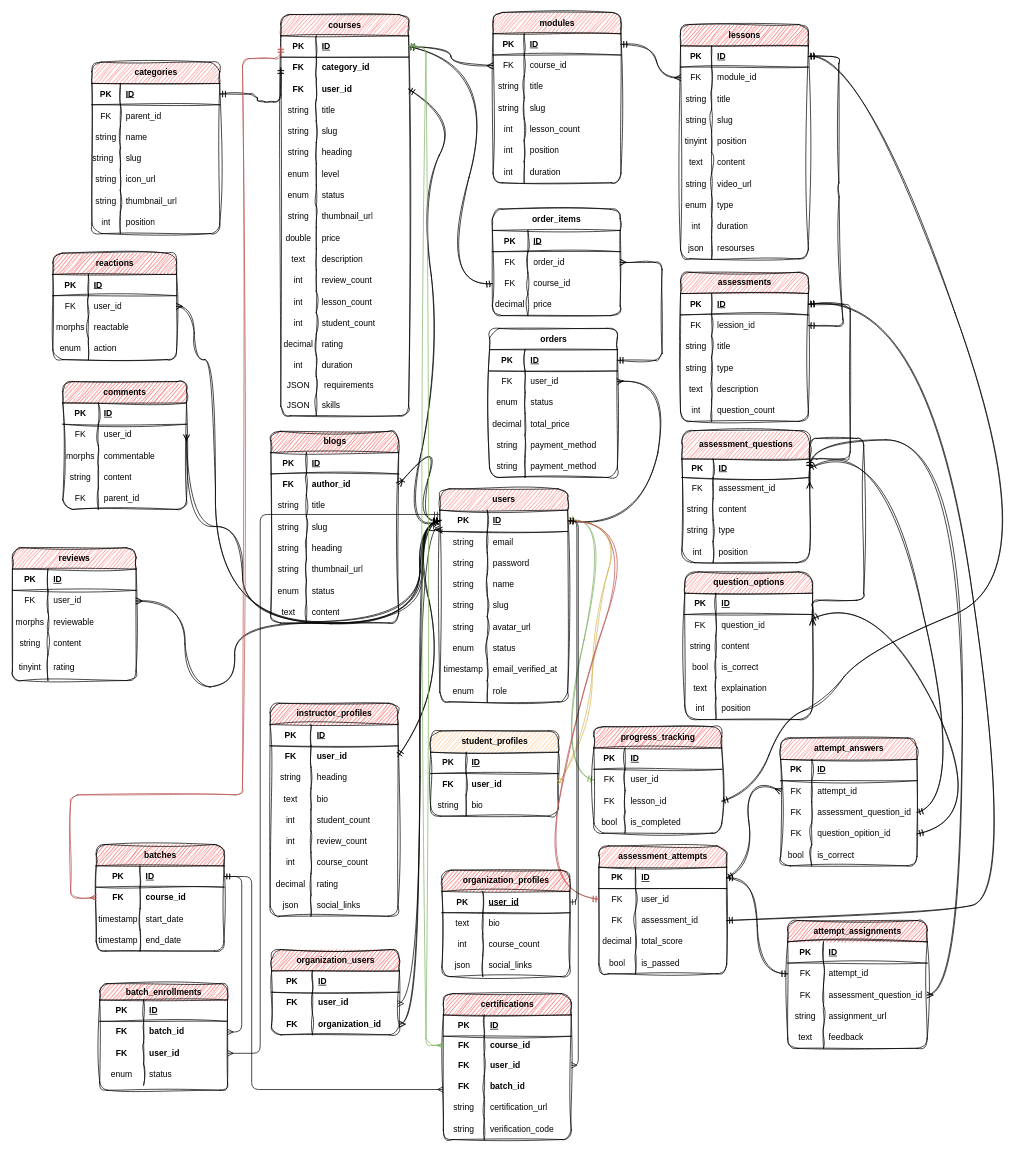
This is CodeZoneDatabase.drawio from BuiVanHuy001/CodeZone, a draw.io file, before an edit. Source tidied: cells renumbered, new cells numbered last; positions are measured from the earlier drawing's top-left corner, leaving out a move shared by most shapes. Both pictures are drawn from the tidied source at 71%, with x=0, y=0 at pixel (12, 12).
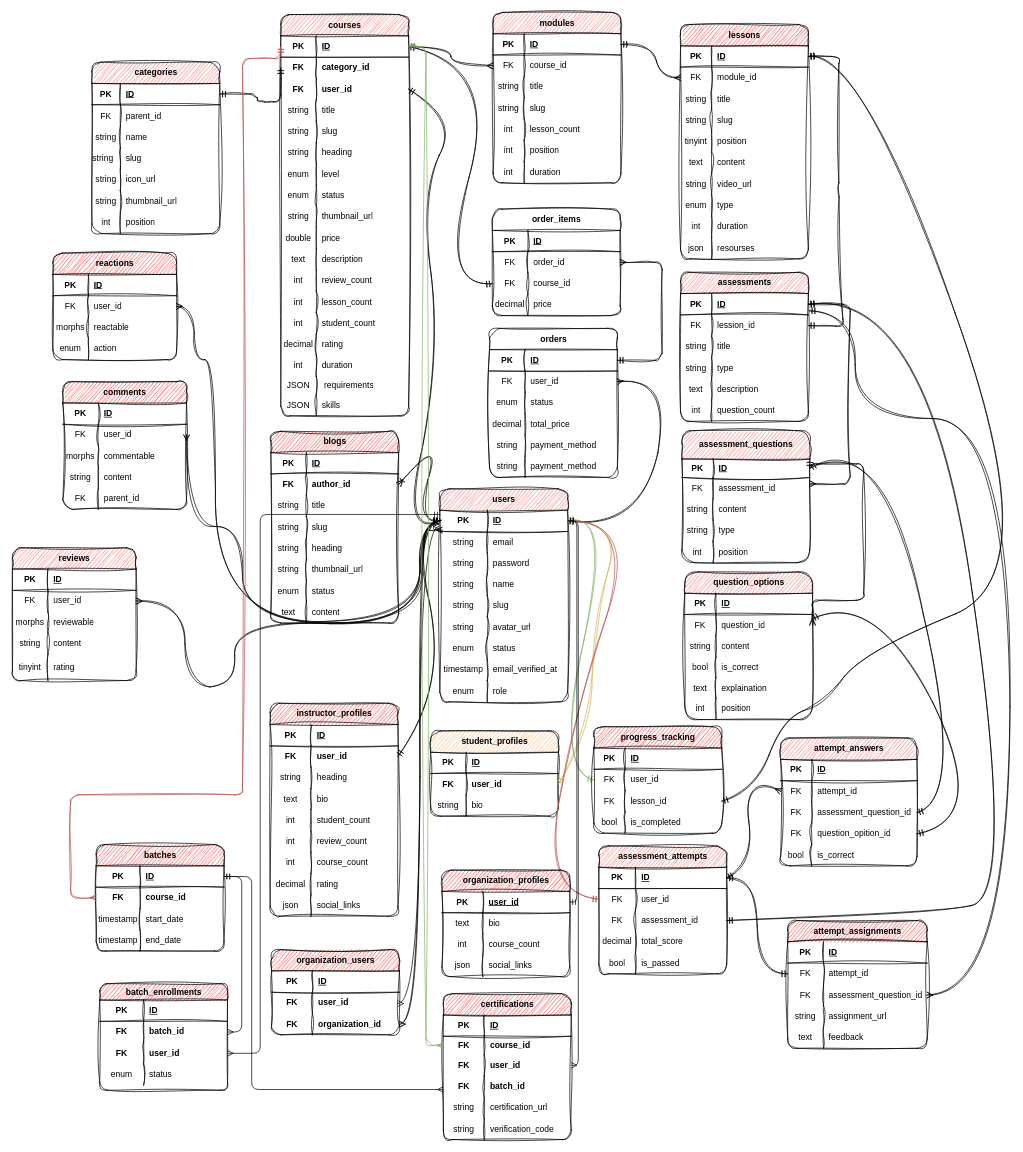
Above is the later version.

The change refers to these unchanged cells:
```xml
<mxCell id="325" style="shape=tableRow;horizontal=0;startSize=0;swimlaneHead=0;swimlaneBody=0;fillColor=none;points=[[0,0.5],[1,0.5]];portConstraint=eastwest;top=0;left=0;right=0;bottom=0;sketch=1;curveFitting=1;jiggle=2;rounded=1;shadow=0;" parent="318" vertex="1">
  <mxGeometry y="90" width="196.4" height="30" as="geometry" />
</mxCell>
<mxCell id="340" style="shape=tableRow;horizontal=0;startSize=0;swimlaneHead=0;swimlaneBody=0;fillColor=none;points=[[0,0.5],[1,0.5]];portConstraint=eastwest;top=0;left=0;right=0;bottom=1;sketch=1;curveFitting=1;jiggle=2;rounded=1;shadow=0;" parent="339" vertex="1">
  <mxGeometry y="30" width="180" height="30" as="geometry" />
</mxCell>
<mxCell id="362" style="shape=tableRow;horizontal=0;startSize=0;swimlaneHead=0;swimlaneBody=0;fillColor=none;points=[[0,0.5],[1,0.5]];portConstraint=eastwest;top=0;left=0;right=0;bottom=0;sketch=1;curveFitting=1;jiggle=2;rounded=1;shadow=0;" parent="358" vertex="1">
  <mxGeometry y="60" width="180" height="30" as="geometry" />
</mxCell>
<mxCell id="378" style="shape=tableRow;horizontal=0;startSize=0;swimlaneHead=0;swimlaneBody=0;fillColor=none;points=[[0,0.5],[1,0.5]];portConstraint=eastwest;top=0;left=0;right=0;bottom=1;sketch=1;curveFitting=1;jiggle=2;rounded=1;shadow=0;" parent="377" vertex="1">
  <mxGeometry y="40" width="180" height="26" as="geometry" />
</mxCell>
<mxCell id="381" style="shape=tableRow;horizontal=0;startSize=0;swimlaneHead=0;swimlaneBody=0;fillColor=none;points=[[0,0.5],[1,0.5]];portConstraint=eastwest;top=0;left=0;right=0;bottom=0;sketch=1;curveFitting=1;jiggle=2;rounded=1;shadow=0;" parent="377" vertex="1">
  <mxGeometry y="66" width="180" height="30" as="geometry" />
</mxCell>
```

The edit, as a diff of the source:
```diff
@@
-    <mxCell id="335" style="edgeStyle=orthogonalEdgeStyle;html=1;exitX=1;exitY=0.5;exitDx=0;exitDy=0;entryX=1;entryY=0.5;entryDx=0;entryDy=0;curved=1;sketch=1;curveFitting=1;jiggle=2;endArrow=ERmandOne;endFill=0;startArrow=ERmany;startFill=0;" parent="1" edge="1" source="325" target="378">
+    <mxCell id="335" style="edgeStyle=orthogonalEdgeStyle;html=1;exitX=1;exitY=0.5;exitDx=0;exitDy=0;entryX=1.007;entryY=0.806;entryDx=0;entryDy=0;curved=1;sketch=1;curveFitting=1;jiggle=2;endArrow=ERmandOne;endFill=0;startArrow=ERmany;startFill=0;entryPerimeter=0;" parent="1" edge="1" source="325" target="340">
       <mxGeometry relative="1" as="geometry">
         <Array as="points">
-          <mxPoint x="1338" y="1384" />
-          <mxPoint x="1338" y="602" />
+          <mxPoint x="1405" y="1384" />
+          <mxPoint x="1405" y="572" />
+          <mxPoint x="1187" y="572" />
+          <mxPoint x="1187" y="420" />
         </Array>
       </mxGeometry>
     </mxCell>
@@
-    <mxCell id="393" style="edgeStyle=orthogonalEdgeStyle;rounded=1;jettySize=auto;html=1;exitX=1;exitY=0.5;exitDx=0;exitDy=0;entryX=1;entryY=0.5;entryDx=0;entryDy=0;endArrow=ERmandOne;endFill=0;startArrow=ERmany;startFill=0;curved=0;sketch=1;curveFitting=1;jiggle=2;shadow=0;" parent="1" edge="1" source="381" target="340">
+    <mxCell id="393" style="edgeStyle=orthogonalEdgeStyle;rounded=1;jettySize=auto;html=1;entryX=1;entryY=0.5;entryDx=0;entryDy=0;endArrow=ERmandOne;endFill=0;startArrow=ERmany;startFill=0;curved=0;sketch=1;curveFitting=1;jiggle=2;shadow=0;" parent="1" edge="1" target="340">
       <mxGeometry relative="1" as="geometry">
+        <mxPoint x="1123" y="664" as="sourcePoint" />
         <Array as="points">
-          <mxPoint x="1180" y="629" />
+          <mxPoint x="1180" y="664" />
           <mxPoint x="1180" y="411" />
         </Array>
       </mxGeometry>
     </mxCell>
     <mxCell id="394" style="edgeStyle=orthogonalEdgeStyle;html=1;exitX=1;exitY=0.5;exitDx=0;exitDy=0;entryX=1;entryY=0.5;entryDx=0;entryDy=0;sketch=1;curveFitting=1;jiggle=2;curved=0;startArrow=ERmany;startFill=0;endArrow=ERmandOne;endFill=0;rounded=1;" parent="1" edge="1" source="362" target="378">
       <mxGeometry relative="1" as="geometry">
         <Array as="points">
+          <mxPoint x="1127" y="828" />
           <mxPoint x="1199" y="828" />
-          <mxPoint x="1199" y="600" />
-          <mxPoint x="1123" y="600" />
+          <mxPoint x="1199" y="636" />
+          <mxPoint x="1123" y="636" />
         </Array>
       </mxGeometry>
     </mxCell>
```
